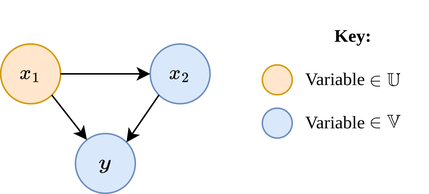
This is tex/images/draw.io/Simple SCM.png from rorycreedon/msc_thesis, a draw.io export, as it was before one commit. Source tidied: cells renumbered, new cells last; positions are measured from the earlier drawing's top-left corner, leaving out a move shared by most shapes. The source it was exported from:
```xml
<mxGraphModel math="1">
  <root>
    <mxCell id="0" />
    <mxCell id="1" parent="0" />
    <mxCell id="2" value="$$x_2$$" style="ellipse;whiteSpace=wrap;html=1;fillColor=#dae8fc;strokeColor=#6c8ebf;" parent="1" vertex="1">
      <mxGeometry y="29" width="40" height="40" as="geometry" />
    </mxCell>
    <mxCell id="3" value="$$x_2$$" style="ellipse;whiteSpace=wrap;html=1;fillColor=#dae8fc;strokeColor=#6c8ebf;" parent="1" vertex="1">
      <mxGeometry x="100" y="29" width="40" height="40" as="geometry" />
    </mxCell>
    <mxCell id="4" value="$$y$$" style="ellipse;whiteSpace=wrap;html=1;fillColor=#dae8fc;strokeColor=#6c8ebf;direction=south;" parent="1" vertex="1">
      <mxGeometry x="50" y="89" width="40" height="40" as="geometry" />
    </mxCell>
    <mxCell id="5" value="$$x_1$$" style="ellipse;whiteSpace=wrap;html=1;fillColor=#ffe6cc;strokeColor=#d79b00;" parent="1" vertex="1">
      <mxGeometry y="29" width="40" height="40" as="geometry" />
    </mxCell>
    <mxCell id="6" style="endArrow=classic;html=1;rounded=0;exitX=1;exitY=0.5;exitDx=0;exitDy=0;entryX=0;entryY=0.5;entryDx=0;entryDy=0;" parent="1" edge="1" source="5" target="3">
      <mxGeometry relative="1" as="geometry" />
    </mxCell>
    <mxCell id="7" style="endArrow=classic;html=1;rounded=0;exitX=0;exitY=1;exitDx=0;exitDy=0;entryX=0;entryY=0;entryDx=0;entryDy=0;" parent="1" edge="1" source="3" target="4">
      <mxGeometry relative="1" as="geometry" />
    </mxCell>
    <mxCell id="8" style="endArrow=classic;html=1;rounded=0;exitX=1;exitY=1;exitDx=0;exitDy=0;" parent="1" edge="1" source="5" target="4">
      <mxGeometry relative="1" as="geometry" />
    </mxCell>
    <mxCell id="9" value="&lt;font face=&quot;cmr&quot;&gt;&lt;b&gt;Key:&lt;br&gt;&lt;/b&gt;&lt;br&gt;Variable \( \in \mathbb{U}\)&lt;br&gt;&lt;br&gt;Variable \( \in \mathbb{V}\)&lt;br&gt;&lt;br&gt;&lt;/font&gt;" style="text;html=1;strokeColor=none;fillColor=none;align=center;verticalAlign=middle;whiteSpace=wrap;rounded=0;" parent="1" vertex="1">
      <mxGeometry x="186" width="100" height="120" as="geometry" />
    </mxCell>
    <mxCell id="10" style="ellipse;whiteSpace=wrap;html=1;fillColor=#ffe6cc;strokeColor=#d79b00;" parent="1" vertex="1">
      <mxGeometry x="175" y="43" width="20" height="20" as="geometry" />
    </mxCell>
    <mxCell id="11" style="ellipse;whiteSpace=wrap;html=1;fillColor=#dae8fc;strokeColor=#6c8ebf;" parent="1" vertex="1">
      <mxGeometry x="175" y="72" width="20" height="20" as="geometry" />
    </mxCell>
  </root>
</mxGraphModel>
```
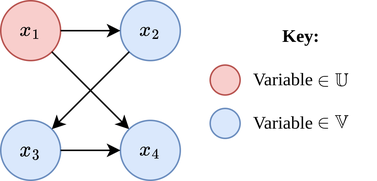
The same file after the commit.

Diff of the diagram source:
```diff
@@ -2,35 +2,38 @@
   <root>
     <mxCell id="0" />
     <mxCell id="1" parent="0" />
-    <mxCell id="2" value="$$x_2$$" style="ellipse;whiteSpace=wrap;html=1;fillColor=#dae8fc;strokeColor=#6c8ebf;" parent="1" vertex="1">
-      <mxGeometry y="29" width="40" height="40" as="geometry" />
-    </mxCell>
     <mxCell id="3" value="$$x_2$$" style="ellipse;whiteSpace=wrap;html=1;fillColor=#dae8fc;strokeColor=#6c8ebf;" parent="1" vertex="1">
-      <mxGeometry x="100" y="29" width="40" height="40" as="geometry" />
+      <mxGeometry x="60" y="9" width="40" height="40" as="geometry" />
     </mxCell>
-    <mxCell id="4" value="$$y$$" style="ellipse;whiteSpace=wrap;html=1;fillColor=#dae8fc;strokeColor=#6c8ebf;direction=south;" parent="1" vertex="1">
-      <mxGeometry x="50" y="89" width="40" height="40" as="geometry" />
+    <mxCell id="4" value="$$x_3$$" style="ellipse;whiteSpace=wrap;html=1;fillColor=#dae8fc;strokeColor=#6c8ebf;direction=south;" parent="1" vertex="1">
+      <mxGeometry x="-20" y="89" width="40" height="40" as="geometry" />
     </mxCell>
-    <mxCell id="5" value="$$x_1$$" style="ellipse;whiteSpace=wrap;html=1;fillColor=#ffe6cc;strokeColor=#d79b00;" parent="1" vertex="1">
-      <mxGeometry y="29" width="40" height="40" as="geometry" />
+    <mxCell id="5" value="$$x_1$$" style="ellipse;whiteSpace=wrap;html=1;fillColor=#f8cecc;strokeColor=#b85450;" parent="1" vertex="1">
+      <mxGeometry x="-20" y="9" width="40" height="40" as="geometry" />
     </mxCell>
     <mxCell id="6" style="endArrow=classic;html=1;rounded=0;exitX=1;exitY=0.5;exitDx=0;exitDy=0;entryX=0;entryY=0.5;entryDx=0;entryDy=0;" parent="1" edge="1" source="5" target="3">
       <mxGeometry relative="1" as="geometry" />
     </mxCell>
-    <mxCell id="7" style="endArrow=classic;html=1;rounded=0;exitX=0;exitY=1;exitDx=0;exitDy=0;entryX=0;entryY=0;entryDx=0;entryDy=0;" parent="1" edge="1" source="3" target="4">
-      <mxGeometry relative="1" as="geometry" />
-    </mxCell>
-    <mxCell id="8" style="endArrow=classic;html=1;rounded=0;exitX=1;exitY=1;exitDx=0;exitDy=0;" parent="1" edge="1" source="5" target="4">
+    <mxCell id="8" style="endArrow=classic;html=1;rounded=0;exitX=1;exitY=1;exitDx=0;exitDy=0;entryX=0;entryY=1;entryDx=0;entryDy=0;" parent="1" edge="1" source="5" target="12">
       <mxGeometry relative="1" as="geometry" />
     </mxCell>
     <mxCell id="9" value="&lt;font face=&quot;cmr&quot;&gt;&lt;b&gt;Key:&lt;br&gt;&lt;/b&gt;&lt;br&gt;Variable \( \in \mathbb{U}\)&lt;br&gt;&lt;br&gt;Variable \( \in \mathbb{V}\)&lt;br&gt;&lt;br&gt;&lt;/font&gt;" style="text;html=1;strokeColor=none;fillColor=none;align=center;verticalAlign=middle;whiteSpace=wrap;rounded=0;" parent="1" vertex="1">
-      <mxGeometry x="186" width="100" height="120" as="geometry" />
+      <mxGeometry x="131" y="9" width="100" height="120" as="geometry" />
     </mxCell>
-    <mxCell id="10" style="ellipse;whiteSpace=wrap;html=1;fillColor=#ffe6cc;strokeColor=#d79b00;" parent="1" vertex="1">
-      <mxGeometry x="175" y="43" width="20" height="20" as="geometry" />
+    <mxCell id="10" style="ellipse;whiteSpace=wrap;html=1;fillColor=#f8cecc;strokeColor=#b85450;" parent="1" vertex="1">
+      <mxGeometry x="120" y="52" width="20" height="20" as="geometry" />
     </mxCell>
     <mxCell id="11" style="ellipse;whiteSpace=wrap;html=1;fillColor=#dae8fc;strokeColor=#6c8ebf;" parent="1" vertex="1">
-      <mxGeometry x="175" y="72" width="20" height="20" as="geometry" />
+      <mxGeometry x="120" y="81" width="20" height="20" as="geometry" />
     </mxCell>
+    <mxCell id="12" value="$$x_4$$" style="ellipse;whiteSpace=wrap;html=1;fillColor=#dae8fc;strokeColor=#6c8ebf;direction=south;" parent="1" vertex="1">
+      <mxGeometry x="60" y="89" width="40" height="40" as="geometry" />
+    </mxCell>
+    <mxCell id="7" style="endArrow=classic;html=1;rounded=0;exitX=0;exitY=1;exitDx=0;exitDy=0;entryX=0;entryY=0;entryDx=0;entryDy=0;" parent="1" edge="1" source="3" target="4">
+      <mxGeometry relative="1" as="geometry" />
+    </mxCell>
+    <mxCell id="13" style="endArrow=classic;html=1;rounded=0;exitX=0.5;exitY=0;exitDx=0;exitDy=0;entryX=0.5;entryY=1;entryDx=0;entryDy=0;" parent="1" edge="1" source="4" target="12">
+      <mxGeometry relative="1" as="geometry" />
+    </mxCell>
   </root>
 </mxGraphModel>
```
